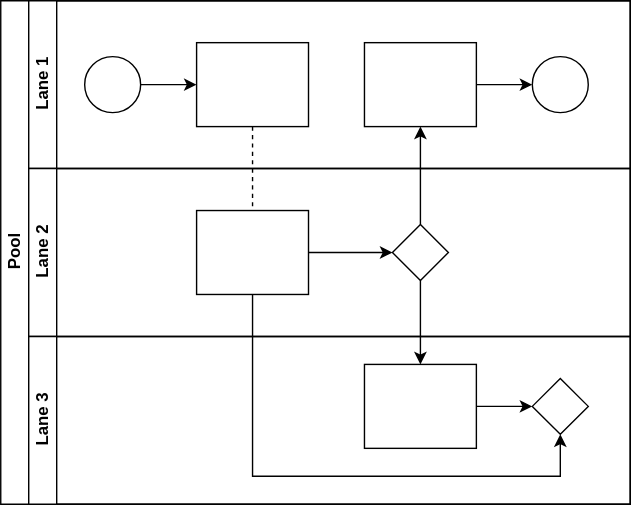
Earlier version of the draw.io export camDirectCtl.drawio.svg (LearningPawn/OpenCharts). Source tidied: cells renumbered, new cells last; positions are measured from the earlier drawing's top-left corner, leaving out a move shared by most shapes. The source it was exported from:
```xml
<mxGraphModel>
  <root>
    <mxCell id="0" />
    <mxCell id="1" parent="0" />
    <mxCell id="2" value="Pool" style="swimlane;html=1;horizontal=0;startSize=20;" parent="1" vertex="1">
      <mxGeometry width="450" height="360" as="geometry" />
    </mxCell>
    <mxCell id="3" style="edgeStyle=orthogonalEdgeStyle;rounded=0;jettySize=auto;html=1;dashed=1;endArrow=none;endFill=0;" parent="2" edge="1" source="10" target="16">
      <mxGeometry relative="1" as="geometry" />
    </mxCell>
    <mxCell id="4" style="edgeStyle=orthogonalEdgeStyle;rounded=0;jettySize=auto;html=1;endArrow=classic;endFill=1;" parent="2" edge="1" source="17" target="12">
      <mxGeometry relative="1" as="geometry" />
    </mxCell>
    <mxCell id="5" style="edgeStyle=orthogonalEdgeStyle;rounded=0;jettySize=auto;html=1;endArrow=classic;endFill=1;" parent="2" edge="1" source="17" target="20">
      <mxGeometry relative="1" as="geometry" />
    </mxCell>
    <mxCell id="6" style="edgeStyle=orthogonalEdgeStyle;rounded=0;jettySize=auto;html=1;endArrow=classic;endFill=1;" parent="2" edge="1" source="16" target="21">
      <mxGeometry relative="1" as="geometry">
        <Array as="points">
          <mxPoint x="180" y="340" />
          <mxPoint x="400" y="340" />
        </Array>
      </mxGeometry>
    </mxCell>
    <mxCell id="7" value="Lane 1" style="swimlane;html=1;startSize=20;horizontal=0;" parent="2" vertex="1">
      <mxGeometry x="20" width="430" height="120" as="geometry" />
    </mxCell>
    <mxCell id="8" style="edgeStyle=orthogonalEdgeStyle;rounded=0;jettySize=auto;html=1;" parent="7" edge="1" source="9" target="10">
      <mxGeometry relative="1" as="geometry" />
    </mxCell>
    <mxCell id="9" style="ellipse;whiteSpace=wrap;html=1;" parent="7" vertex="1">
      <mxGeometry x="40" y="40" width="40" height="40" as="geometry" />
    </mxCell>
    <mxCell id="10" style="rounded=0;whiteSpace=wrap;html=1;fontFamily=Helvetica;fontSize=12;fontColor=#000000;align=center;" parent="7" vertex="1">
      <mxGeometry x="120" y="30" width="80" height="60" as="geometry" />
    </mxCell>
    <mxCell id="11" style="edgeStyle=orthogonalEdgeStyle;rounded=0;jettySize=auto;html=1;endArrow=classic;endFill=1;" parent="7" edge="1" source="12" target="13">
      <mxGeometry relative="1" as="geometry" />
    </mxCell>
    <mxCell id="12" style="rounded=0;whiteSpace=wrap;html=1;fontFamily=Helvetica;fontSize=12;fontColor=#000000;align=center;" parent="7" vertex="1">
      <mxGeometry x="240" y="30" width="80" height="60" as="geometry" />
    </mxCell>
    <mxCell id="13" style="ellipse;whiteSpace=wrap;html=1;" parent="7" vertex="1">
      <mxGeometry x="360" y="40" width="40" height="40" as="geometry" />
    </mxCell>
    <mxCell id="14" value="Lane 2" style="swimlane;html=1;startSize=20;horizontal=0;" parent="2" vertex="1">
      <mxGeometry x="20" y="120" width="430" height="120" as="geometry" />
    </mxCell>
    <mxCell id="15" style="edgeStyle=orthogonalEdgeStyle;rounded=0;jettySize=auto;html=1;endArrow=classic;endFill=1;" parent="14" edge="1" source="16" target="17">
      <mxGeometry relative="1" as="geometry" />
    </mxCell>
    <mxCell id="16" style="rounded=0;whiteSpace=wrap;html=1;fontFamily=Helvetica;fontSize=12;fontColor=#000000;align=center;" parent="14" vertex="1">
      <mxGeometry x="120" y="30" width="80" height="60" as="geometry" />
    </mxCell>
    <mxCell id="17" style="rhombus;whiteSpace=wrap;html=1;fontFamily=Helvetica;fontSize=12;fontColor=#000000;align=center;" parent="14" vertex="1">
      <mxGeometry x="260" y="40" width="40" height="40" as="geometry" />
    </mxCell>
    <mxCell id="18" value="Lane 3" style="swimlane;html=1;startSize=20;horizontal=0;" parent="2" vertex="1">
      <mxGeometry x="20" y="240" width="430" height="120" as="geometry" />
    </mxCell>
    <mxCell id="19" style="edgeStyle=orthogonalEdgeStyle;rounded=0;jettySize=auto;html=1;endArrow=classic;endFill=1;" parent="18" edge="1" source="20" target="21">
      <mxGeometry relative="1" as="geometry" />
    </mxCell>
    <mxCell id="20" style="rounded=0;whiteSpace=wrap;html=1;fontFamily=Helvetica;fontSize=12;fontColor=#000000;align=center;" parent="18" vertex="1">
      <mxGeometry x="240" y="20" width="80" height="60" as="geometry" />
    </mxCell>
    <mxCell id="21" style="rhombus;whiteSpace=wrap;html=1;fontFamily=Helvetica;fontSize=12;fontColor=#000000;align=center;" parent="18" vertex="1">
      <mxGeometry x="360" y="30" width="40" height="40" as="geometry" />
    </mxCell>
  </root>
</mxGraphModel>
```
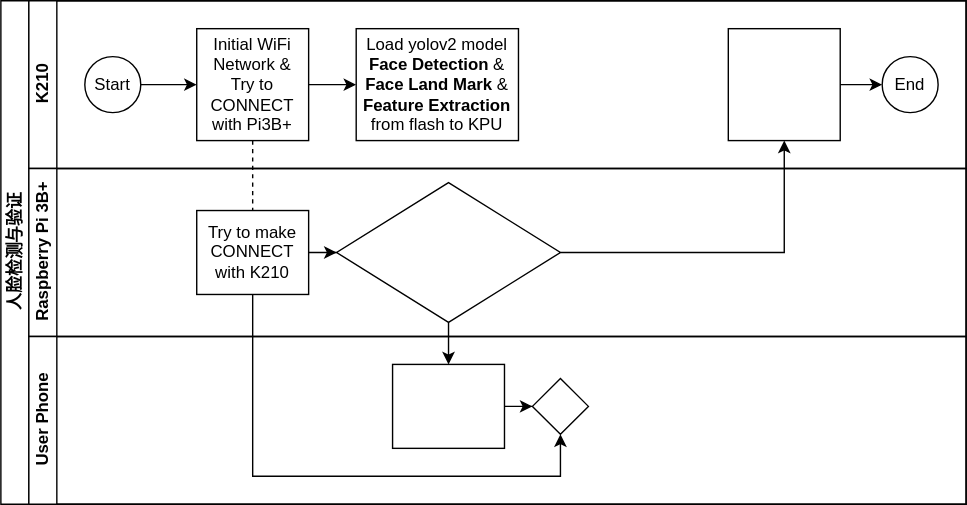
The same diagram one commit later.

What changed in the source:
```diff
@@ -2,8 +2,8 @@
   <root>
     <mxCell id="0" />
     <mxCell id="1" parent="0" />
-    <mxCell id="2" value="Pool" style="swimlane;html=1;horizontal=0;startSize=20;" parent="1" vertex="1">
-      <mxGeometry width="450" height="360" as="geometry" />
+    <mxCell id="2" value="人脸检测与验证" style="swimlane;html=1;horizontal=0;startSize=20;" parent="1" vertex="1">
+      <mxGeometry width="690" height="360" as="geometry" />
     </mxCell>
     <mxCell id="3" style="edgeStyle=orthogonalEdgeStyle;rounded=0;jettySize=auto;html=1;dashed=1;endArrow=none;endFill=0;" parent="2" edge="1" source="10" target="16">
       <mxGeometry relative="1" as="geometry" />
@@ -22,47 +22,53 @@
         </Array>
       </mxGeometry>
     </mxCell>
-    <mxCell id="7" value="Lane 1" style="swimlane;html=1;startSize=20;horizontal=0;" parent="2" vertex="1">
-      <mxGeometry x="20" width="430" height="120" as="geometry" />
+    <mxCell id="7" value="K210" style="swimlane;html=1;startSize=20;horizontal=0;" parent="2" vertex="1">
+      <mxGeometry x="20" width="670" height="120" as="geometry" />
     </mxCell>
     <mxCell id="8" style="edgeStyle=orthogonalEdgeStyle;rounded=0;jettySize=auto;html=1;" parent="7" edge="1" source="9" target="10">
       <mxGeometry relative="1" as="geometry" />
     </mxCell>
-    <mxCell id="9" style="ellipse;whiteSpace=wrap;html=1;" parent="7" vertex="1">
+    <mxCell id="9" value="Start" style="ellipse;whiteSpace=wrap;html=1;" parent="7" vertex="1">
       <mxGeometry x="40" y="40" width="40" height="40" as="geometry" />
     </mxCell>
+    <mxCell id="22" style="edgeStyle=orthogonalEdgeStyle;rounded=0;jettySize=auto;html=1;" parent="7" edge="1" source="10" target="23">
+      <mxGeometry relative="1" as="geometry" />
+    </mxCell>
-    <mxCell id="10" style="rounded=0;whiteSpace=wrap;html=1;fontFamily=Helvetica;fontSize=12;fontColor=#000000;align=center;" parent="7" vertex="1">
-      <mxGeometry x="120" y="30" width="80" height="60" as="geometry" />
+    <mxCell id="10" value="Initial WiFi Network &amp;amp;&lt;br&gt;Try to&lt;br&gt;CONNECT&lt;br&gt;with Pi3B+" style="rounded=0;whiteSpace=wrap;html=1;fontFamily=Helvetica;fontSize=12;fontColor=#000000;align=center;" parent="7" vertex="1">
+      <mxGeometry x="120" y="20" width="80" height="80" as="geometry" />
     </mxCell>
     <mxCell id="11" style="edgeStyle=orthogonalEdgeStyle;rounded=0;jettySize=auto;html=1;endArrow=classic;endFill=1;" parent="7" edge="1" source="12" target="13">
       <mxGeometry relative="1" as="geometry" />
     </mxCell>
     <mxCell id="12" style="rounded=0;whiteSpace=wrap;html=1;fontFamily=Helvetica;fontSize=12;fontColor=#000000;align=center;" parent="7" vertex="1">
-      <mxGeometry x="240" y="30" width="80" height="60" as="geometry" />
+      <mxGeometry x="500" y="20" width="80" height="80" as="geometry" />
     </mxCell>
-    <mxCell id="13" style="ellipse;whiteSpace=wrap;html=1;" parent="7" vertex="1">
-      <mxGeometry x="360" y="40" width="40" height="40" as="geometry" />
+    <mxCell id="13" value="End" style="ellipse;whiteSpace=wrap;html=1;" parent="7" vertex="1">
+      <mxGeometry x="610" y="40" width="40" height="40" as="geometry" />
     </mxCell>
+    <mxCell id="23" value="Load yolov2 model&lt;br&gt;&lt;b&gt;Face Detection&lt;/b&gt; &amp;amp;&lt;br&gt;&lt;b&gt;Face Land Mark&lt;/b&gt; &amp;amp;&lt;br&gt;&lt;b&gt;Feature Extraction&lt;/b&gt;&lt;br&gt;from flash to KPU" style="whiteSpace=wrap;html=1;fontColor=#000000;rounded=0;" parent="7" vertex="1">
+      <mxGeometry x="234" y="20" width="116" height="80" as="geometry" />
+    </mxCell>
-    <mxCell id="14" value="Lane 2" style="swimlane;html=1;startSize=20;horizontal=0;" parent="2" vertex="1">
-      <mxGeometry x="20" y="120" width="430" height="120" as="geometry" />
+    <mxCell id="14" value="Raspberry Pi 3B+" style="swimlane;html=1;startSize=20;horizontal=0;" parent="2" vertex="1">
+      <mxGeometry x="20" y="120" width="670" height="120" as="geometry" />
     </mxCell>
     <mxCell id="15" style="edgeStyle=orthogonalEdgeStyle;rounded=0;jettySize=auto;html=1;endArrow=classic;endFill=1;" parent="14" edge="1" source="16" target="17">
       <mxGeometry relative="1" as="geometry" />
     </mxCell>
-    <mxCell id="16" style="rounded=0;whiteSpace=wrap;html=1;fontFamily=Helvetica;fontSize=12;fontColor=#000000;align=center;" parent="14" vertex="1">
+    <mxCell id="16" value="Try to make&lt;br&gt;CONNECT&lt;br&gt;with K210" style="rounded=0;whiteSpace=wrap;html=1;fontFamily=Helvetica;fontSize=12;fontColor=#000000;align=center;" parent="14" vertex="1">
       <mxGeometry x="120" y="30" width="80" height="60" as="geometry" />
     </mxCell>
     <mxCell id="17" style="rhombus;whiteSpace=wrap;html=1;fontFamily=Helvetica;fontSize=12;fontColor=#000000;align=center;" parent="14" vertex="1">
-      <mxGeometry x="260" y="40" width="40" height="40" as="geometry" />
+      <mxGeometry x="220" y="10" width="160" height="100" as="geometry" />
     </mxCell>
-    <mxCell id="18" value="Lane 3" style="swimlane;html=1;startSize=20;horizontal=0;" parent="2" vertex="1">
-      <mxGeometry x="20" y="240" width="430" height="120" as="geometry" />
+    <mxCell id="18" value="User Phone" style="swimlane;html=1;startSize=20;horizontal=0;" parent="2" vertex="1">
+      <mxGeometry x="20" y="240" width="670" height="120" as="geometry" />
     </mxCell>
     <mxCell id="19" style="edgeStyle=orthogonalEdgeStyle;rounded=0;jettySize=auto;html=1;endArrow=classic;endFill=1;" parent="18" edge="1" source="20" target="21">
       <mxGeometry relative="1" as="geometry" />
     </mxCell>
     <mxCell id="20" style="rounded=0;whiteSpace=wrap;html=1;fontFamily=Helvetica;fontSize=12;fontColor=#000000;align=center;" parent="18" vertex="1">
-      <mxGeometry x="240" y="20" width="80" height="60" as="geometry" />
+      <mxGeometry x="260" y="20" width="80" height="60" as="geometry" />
     </mxCell>
     <mxCell id="21" style="rhombus;whiteSpace=wrap;html=1;fontFamily=Helvetica;fontSize=12;fontColor=#000000;align=center;" parent="18" vertex="1">
       <mxGeometry x="360" y="30" width="40" height="40" as="geometry" />
```
